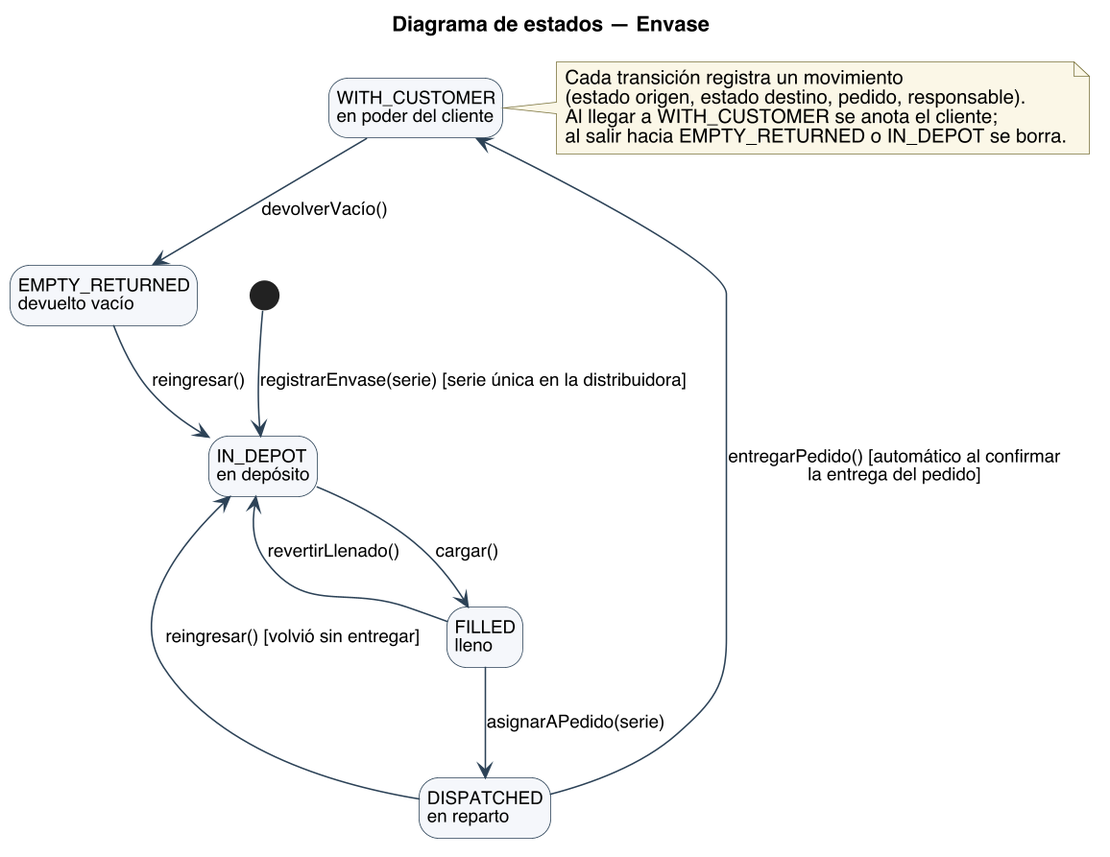
Nahuelito-Dev/splg-docs keeps this PlantUML diagram as diagramas/uml/UML_Estados_Envase.png. Above is the earlier version. The source it was exported from:
```plantuml
@startuml
title Diagrama de estados — Envase
skinparam backgroundColor #FFFFFF
skinparam shadowing false
skinparam defaultFontName Helvetica
skinparam defaultFontSize 13
skinparam dpi 150
skinparam ArrowColor #2C4257
skinparam state {
  BorderColor #2C4257
  BackgroundColor #F4F7FA
  StartColor #2C4257
  EndColor #2C4257
  AttributeFontSize 12
}
skinparam ArrowFontSize 12
skinparam NoteBackgroundColor #FBF7E6
skinparam NoteBorderColor #7A7340
hide empty description
state "IN_DEPOT\nen depósito" as IN_DEPOT
state "FILLED\nlleno" as FILLED
state "DISPATCHED\nen reparto" as DISPATCHED
state "WITH_CUSTOMER\nen poder del cliente" as WITH_CUSTOMER
state "EMPTY_RETURNED\ndevuelto vacío" as EMPTY_RETURNED

[*] --> IN_DEPOT : registrarEnvase(serie) [serie única en la distribuidora]
IN_DEPOT --> FILLED : cargar()
FILLED --> DISPATCHED : asignarAPedido(serie)
FILLED --> IN_DEPOT : revertirLlenado()
DISPATCHED --> WITH_CUSTOMER : entregarPedido() [automático al confirmar\nla entrega del pedido]
DISPATCHED --> IN_DEPOT : reingresar() [volvió sin entregar]
WITH_CUSTOMER --> EMPTY_RETURNED : devolverVacío()
EMPTY_RETURNED --> IN_DEPOT : reingresar()

note right of WITH_CUSTOMER
  Cada transición registra un movimiento
  (estado origen, estado destino, pedido, responsable).
  Al llegar a WITH_CUSTOMER se anota el cliente;
  al salir hacia EMPTY_RETURNED o IN_DEPOT se borra.
end note
@enduml
```
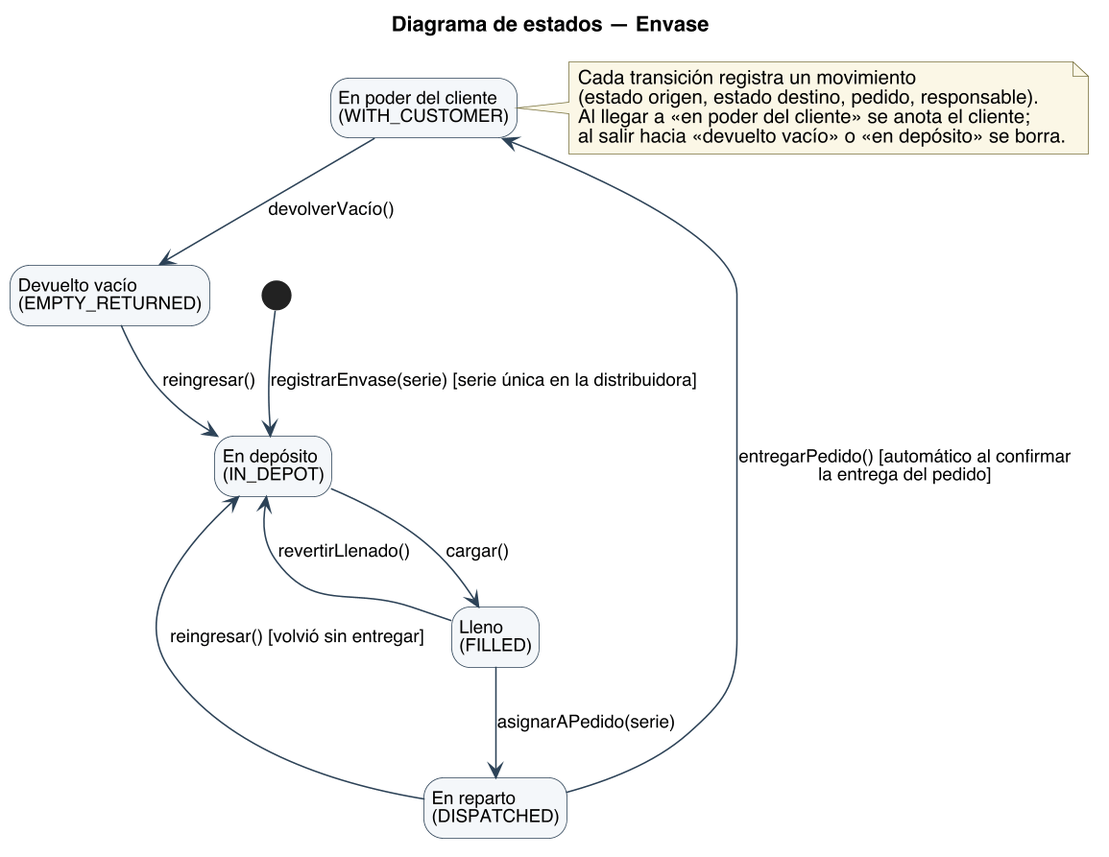
Later version of the same file.

Diff of the diagram source:
```diff
@@ -17,11 +17,11 @@
 skinparam NoteBackgroundColor #FBF7E6
 skinparam NoteBorderColor #7A7340
 hide empty description
-state "IN_DEPOT\nen depósito" as IN_DEPOT
-state "FILLED\nlleno" as FILLED
-state "DISPATCHED\nen reparto" as DISPATCHED
-state "WITH_CUSTOMER\nen poder del cliente" as WITH_CUSTOMER
-state "EMPTY_RETURNED\ndevuelto vacío" as EMPTY_RETURNED
+state "En depósito\n(IN_DEPOT)" as IN_DEPOT
+state "Lleno\n(FILLED)" as FILLED
+state "En reparto\n(DISPATCHED)" as DISPATCHED
+state "En poder del cliente\n(WITH_CUSTOMER)" as WITH_CUSTOMER
+state "Devuelto vacío\n(EMPTY_RETURNED)" as EMPTY_RETURNED
 
 [*] --> IN_DEPOT : registrarEnvase(serie) [serie única en la distribuidora]
 IN_DEPOT --> FILLED : cargar()
@@ -35,7 +35,7 @@
 note right of WITH_CUSTOMER
   Cada transición registra un movimiento
   (estado origen, estado destino, pedido, responsable).
-  Al llegar a WITH_CUSTOMER se anota el cliente;
-  al salir hacia EMPTY_RETURNED o IN_DEPOT se borra.
+  Al llegar a «en poder del cliente» se anota el cliente;
+  al salir hacia «devuelto vacío» o «en depósito» se borra.
 end note
 @enduml
```
